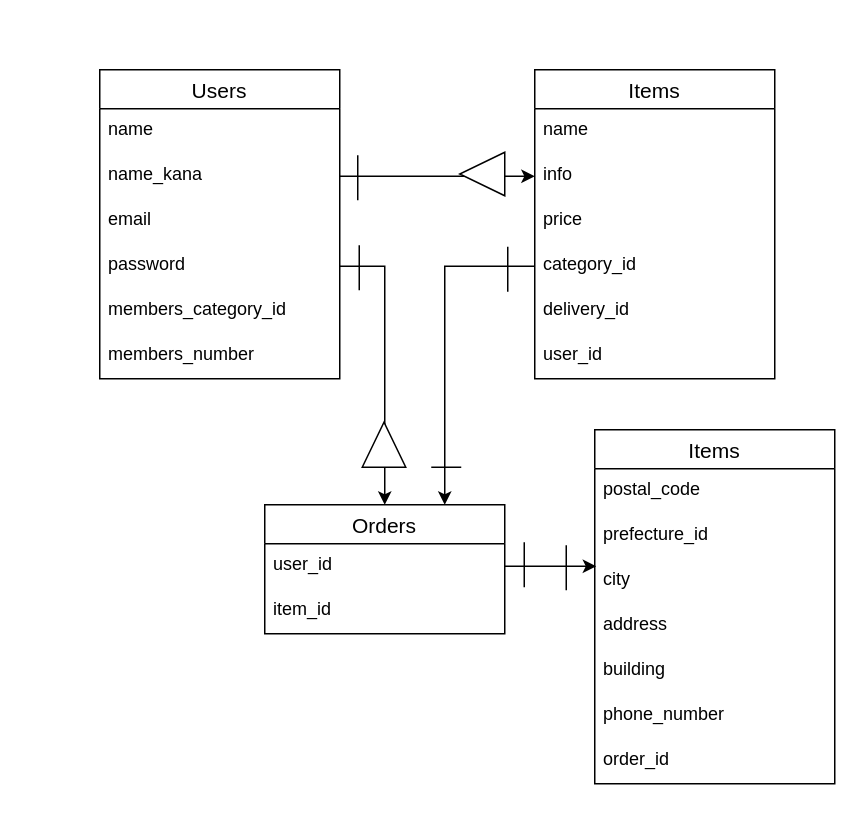
Before: E-R.dio in Tomohiro-Kawakami-techcamp/original-33039, a draw.io diagram. Source tidied: cells renumbered, new cells numbered last; positions are measured from the earlier drawing's top-left corner, leaving out a move shared by most shapes. Both pictures are drawn from the tidied source at 150%, with x=0, y=0 at pixel (99, 69).
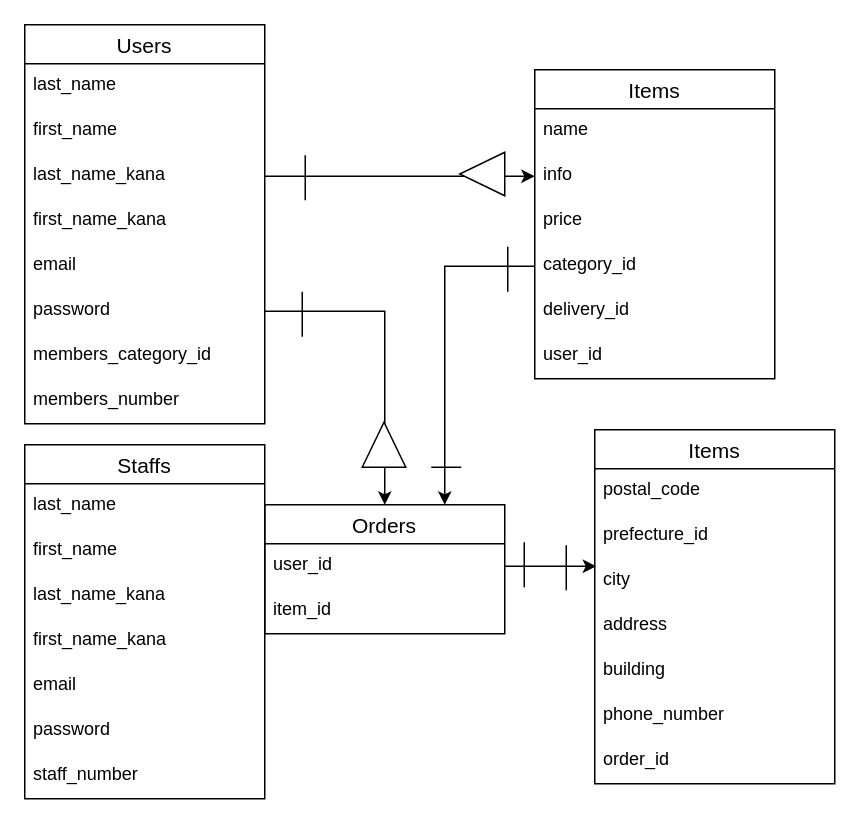
The same page after the edit.

Change to the diagram source:
```diff
@@
     <mxCell id="2" value="Users" style="swimlane;fontStyle=0;horizontal=1;startSize=26;align=center;fontSize=14;" parent="1" vertex="1">
-      <mxGeometry width="160" height="206" as="geometry" />
+      <mxGeometry x="-50" y="-30" width="160" height="266" as="geometry" />
     </mxCell>
-    <mxCell id="3" value="name" style="text;strokeColor=none;fillColor=none;spacingLeft=4;spacingRight=4;overflow=hidden;fontSize=12;" parent="2" vertex="1">
+    <mxCell id="3" value="last_name" style="text;strokeColor=none;fillColor=none;spacingLeft=4;spacingRight=4;overflow=hidden;fontSize=12;" parent="2" vertex="1">
       <mxGeometry y="26" width="160" height="30" as="geometry" />
     </mxCell>
+    <mxCell id="39" value="first_name" style="text;strokeColor=none;fillColor=none;spacingLeft=4;spacingRight=4;overflow=hidden;fontSize=12;" parent="2" vertex="1">
+      <mxGeometry y="56" width="160" height="30" as="geometry" />
+    </mxCell>
-    <mxCell id="4" value="name_kana" style="text;strokeColor=none;fillColor=none;spacingLeft=4;spacingRight=4;overflow=hidden;points=[[0,0.5],[1,0.5]];portConstraint=eastwest;fontSize=12;" parent="2" vertex="1">
-      <mxGeometry y="56" width="160" height="30" as="geometry" />
+    <mxCell id="4" value="last_name_kana" style="text;strokeColor=none;fillColor=none;spacingLeft=4;spacingRight=4;overflow=hidden;points=[[0,0.5],[1,0.5]];portConstraint=eastwest;fontSize=12;" parent="2" vertex="1">
+      <mxGeometry y="86" width="160" height="30" as="geometry" />
     </mxCell>
+    <mxCell id="40" value="first_name_kana" style="text;strokeColor=none;fillColor=none;spacingLeft=4;spacingRight=4;overflow=hidden;fontSize=12;" parent="2" vertex="1">
+      <mxGeometry y="116" width="160" height="30" as="geometry" />
+    </mxCell>
     <mxCell id="5" value="email" style="text;strokeColor=none;fillColor=none;spacingLeft=4;spacingRight=4;overflow=hidden;fontSize=12;" parent="2" vertex="1">
-      <mxGeometry y="86" width="160" height="30" as="geometry" />
+      <mxGeometry y="146" width="160" height="30" as="geometry" />
     </mxCell>
     <mxCell id="6" value="password" style="text;strokeColor=none;fillColor=none;spacingLeft=4;spacingRight=4;overflow=hidden;points=[[0,0.5],[1,0.5]];portConstraint=eastwest;fontSize=12;" parent="2" vertex="1">
-      <mxGeometry y="116" width="160" height="30" as="geometry" />
+      <mxGeometry y="176" width="160" height="30" as="geometry" />
     </mxCell>
     <mxCell id="7" value="members_category_id" style="text;strokeColor=none;fillColor=none;spacingLeft=4;spacingRight=4;overflow=hidden;fontSize=12;" parent="2" vertex="1">
-      <mxGeometry y="146" width="160" height="30" as="geometry" />
+      <mxGeometry y="206" width="160" height="30" as="geometry" />
     </mxCell>
     <mxCell id="8" value="members_number" style="text;strokeColor=none;fillColor=none;spacingLeft=4;spacingRight=4;overflow=hidden;fontSize=12;" parent="2" vertex="1">
-      <mxGeometry y="176" width="160" height="30" as="geometry" />
+      <mxGeometry y="236" width="160" height="30" as="geometry" />
     </mxCell>
@@
     <mxCell id="34" style="endArrow=none;html=1;" parent="1" edge="1">
       <mxGeometry relative="1" as="geometry">
-        <mxPoint x="173" y="147" as="sourcePoint" />
-        <mxPoint x="173" y="117" as="targetPoint" />
+        <mxPoint x="135" y="178" as="sourcePoint" />
+        <mxPoint x="135" y="148" as="targetPoint" />
       </mxGeometry>
     </mxCell>
     <mxCell id="35" style="endArrow=none;html=1;" parent="1" edge="1">
       <mxGeometry relative="1" as="geometry">
-        <mxPoint x="172" y="87" as="sourcePoint" />
-        <mxPoint x="172" y="57" as="targetPoint" />
+        <mxPoint x="137" y="87" as="sourcePoint" />
+        <mxPoint x="137" y="57" as="targetPoint" />
       </mxGeometry>
     </mxCell>
@@
+    <mxCell id="41" value="Staffs" style="swimlane;fontStyle=0;horizontal=1;startSize=26;align=center;fontSize=14;" parent="1" vertex="1">
+      <mxGeometry x="-50" y="250" width="160" height="236" as="geometry" />
+    </mxCell>
+    <mxCell id="42" value="last_name" style="text;strokeColor=none;fillColor=none;spacingLeft=4;spacingRight=4;overflow=hidden;fontSize=12;" parent="41" vertex="1">
+      <mxGeometry y="26" width="160" height="30" as="geometry" />
+    </mxCell>
+    <mxCell id="43" value="first_name" style="text;strokeColor=none;fillColor=none;spacingLeft=4;spacingRight=4;overflow=hidden;fontSize=12;" parent="41" vertex="1">
+      <mxGeometry y="56" width="160" height="30" as="geometry" />
+    </mxCell>
+    <mxCell id="44" value="last_name_kana" style="text;strokeColor=none;fillColor=none;spacingLeft=4;spacingRight=4;overflow=hidden;fontSize=12;" parent="41" vertex="1">
+      <mxGeometry y="86" width="160" height="30" as="geometry" />
+    </mxCell>
+    <mxCell id="45" value="first_name_kana" style="text;strokeColor=none;fillColor=none;spacingLeft=4;spacingRight=4;overflow=hidden;fontSize=12;" parent="41" vertex="1">
+      <mxGeometry y="116" width="160" height="30" as="geometry" />
+    </mxCell>
+    <mxCell id="46" value="email" style="text;strokeColor=none;fillColor=none;spacingLeft=4;spacingRight=4;overflow=hidden;fontSize=12;" parent="41" vertex="1">
+      <mxGeometry y="146" width="160" height="30" as="geometry" />
+    </mxCell>
+    <mxCell id="47" value="password" style="text;strokeColor=none;fillColor=none;spacingLeft=4;spacingRight=4;overflow=hidden;fontSize=12;" parent="41" vertex="1">
+      <mxGeometry y="176" width="160" height="30" as="geometry" />
+    </mxCell>
+    <mxCell id="48" value="staff_number" style="text;strokeColor=none;fillColor=none;spacingLeft=4;spacingRight=4;overflow=hidden;fontSize=12;" parent="41" vertex="1">
+      <mxGeometry y="206" width="160" height="30" as="geometry" />
+    </mxCell>
```
